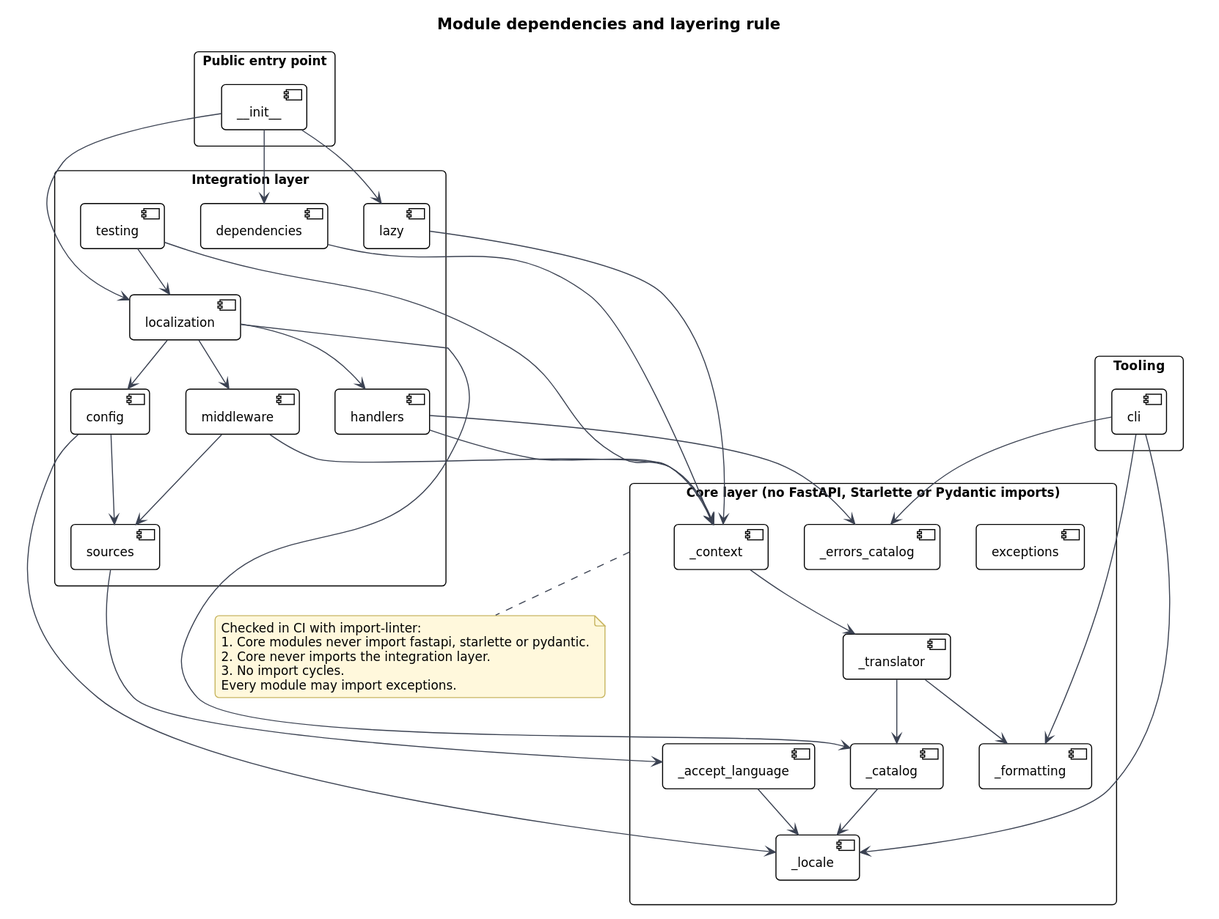
This is docs/diagrams/module-dependencies.svg from fastapi-extensions/fastapi-locale, a PlantUML export, as it was before one commit. Its source is kept beside it as docs/diagrams/module-dependencies.puml. Its diagram source:
```plantuml
@startuml module-dependencies
!include include/style.iuml
title Module dependencies and layering rule
skinparam ranksep 45

package "Public entry point" {
  component "~__init~__" as Init
}

package "Integration layer" as L2 {
  [localization] as Loc
  [middleware] as Mw
  [sources] as Src
  [handlers] as Hdl
  [dependencies] as Dep
  [lazy] as Lazy
  [testing] as Tst
  [config] as Cfg
}

package "Core layer (no FastAPI, Starlette or Pydantic imports)" as L1 {
  [_context] as Ctx
  [_translator] as Tr
  [_catalog] as Cat
  [_errors_catalog] as Err
  [_formatting] as Fmt
  [_accept_language] as Al
  [_locale] as Lc
  [exceptions] as Exc
}

package "Tooling" {
  [cli] as Cli
}

Init --> Loc
Init --> Lazy
Init --> Dep
Loc --> Mw
Loc --> Hdl
Loc --> Cat
Loc --> Cfg
Mw --> Src
Mw --> Ctx
Src --> Al
Hdl --> Ctx
Hdl --> Err
Dep --> Ctx
Lazy --> Ctx
Tst --> Loc
Tst --> Ctx
Ctx --> Tr
Tr --> Cat
Tr --> Fmt
Cat --> Lc
Al --> Lc
Cfg --> Lc
Cfg --> Src
Cli --> Err
Cli --> Lc
Cli --> Fmt

note bottom of L1
  Checked in CI with import-linter:
  1. Core modules never import fastapi, starlette or pydantic.
  2. Core never imports the integration layer.
  3. No import cycles.
  Every module may import exceptions.
end note
@enduml
```
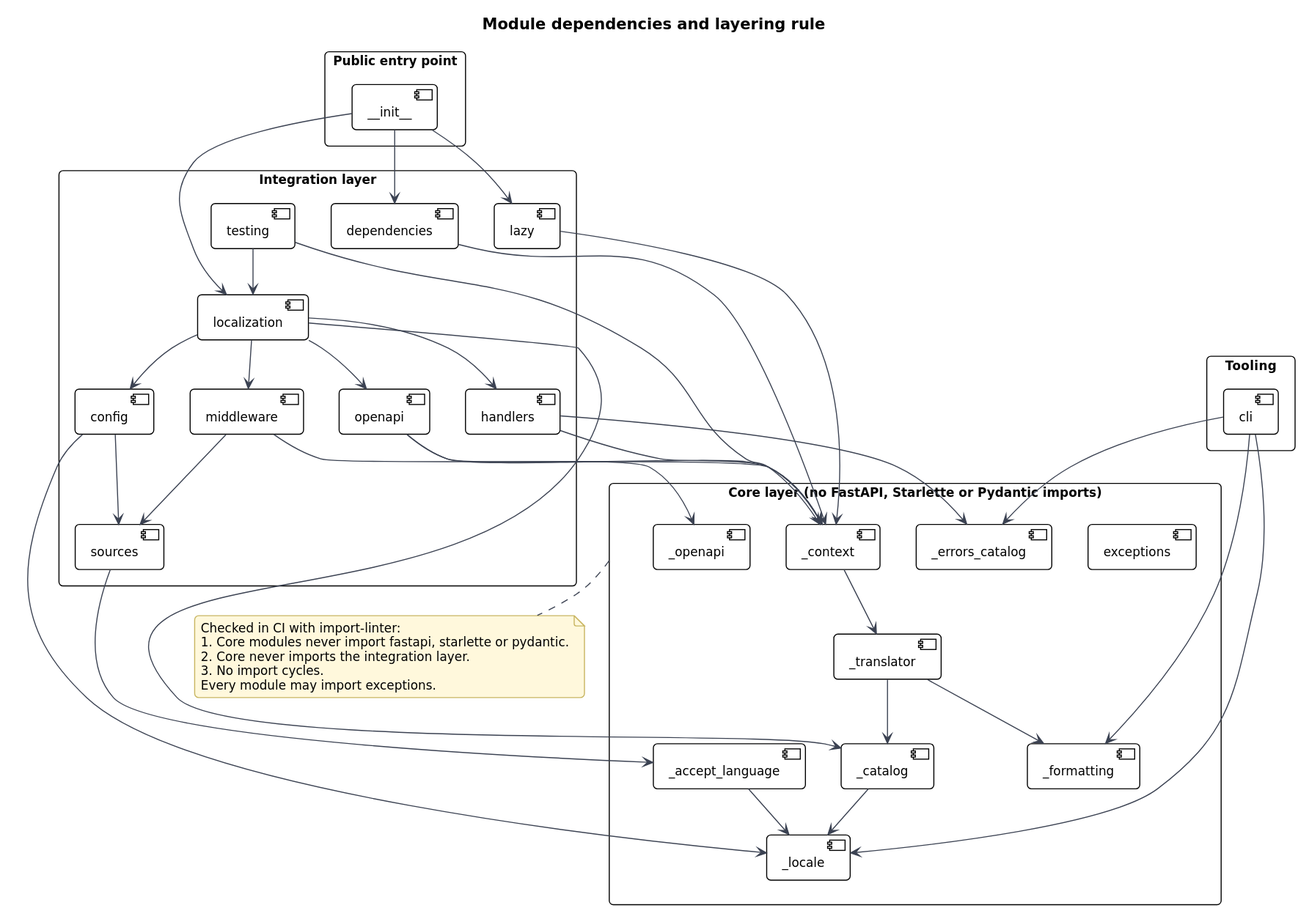
The same file after the commit.

What changed in the source:
```diff
@@ -13,6 +13,7 @@
   [sources] as Src
   [handlers] as Hdl
   [dependencies] as Dep
+  [openapi] as Oa
   [lazy] as Lazy
   [testing] as Tst
   [config] as Cfg
@@ -23,6 +24,7 @@
   [_translator] as Tr
   [_catalog] as Cat
   [_errors_catalog] as Err
+  [_openapi] as Oac
   [_formatting] as Fmt
   [_accept_language] as Al
   [_locale] as Lc
@@ -38,6 +40,9 @@
 Init --> Dep
 Loc --> Mw
 Loc --> Hdl
+Loc --> Oa
+Oa --> Oac
+Oa --> Ctx
 Loc --> Cat
 Loc --> Cfg
 Mw --> Src
```
